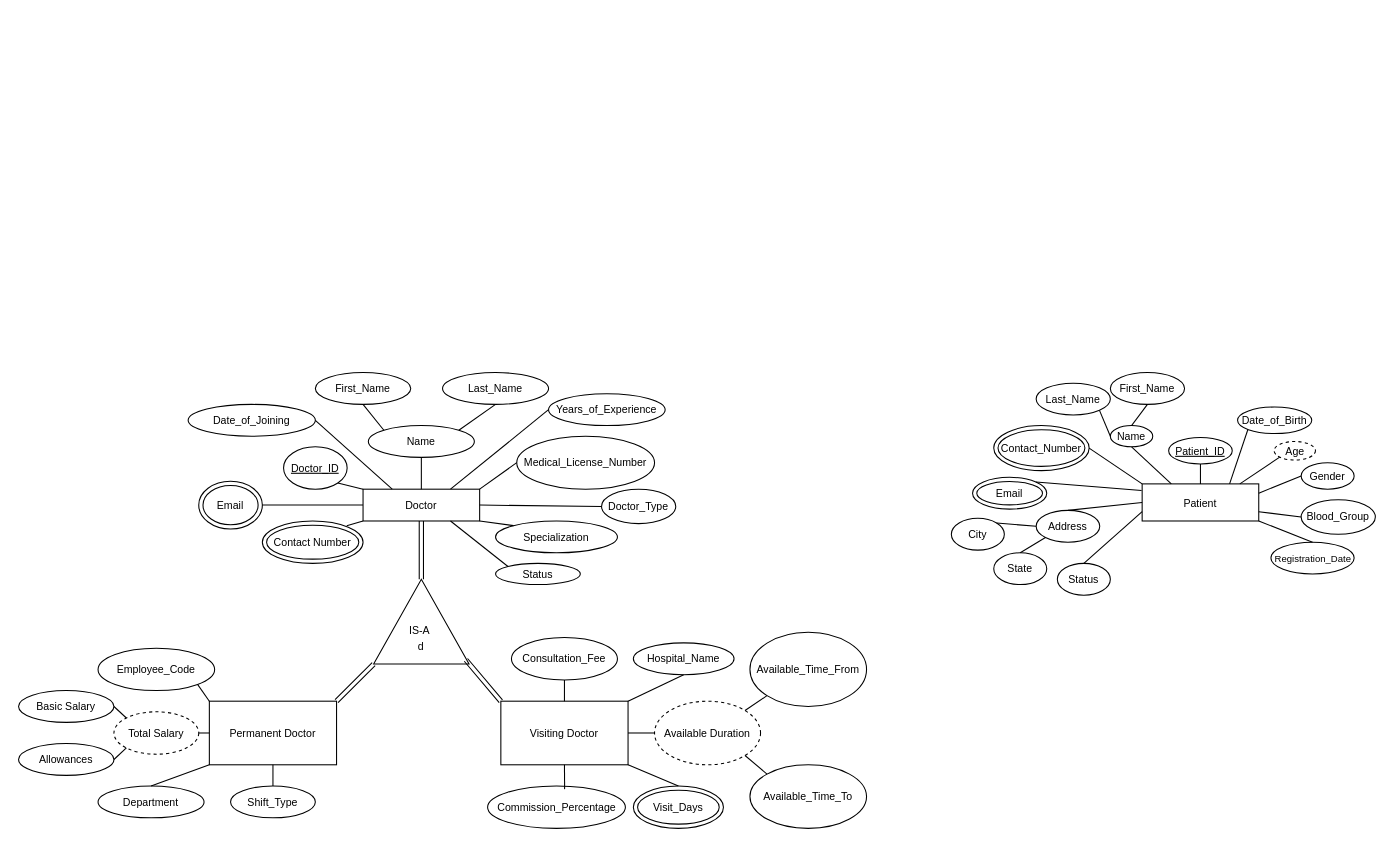
Above: erdiagram.drawio in ivory-26/frontend-notes-app (draw.io), before the change. Source tidied: cells renumbered, new cells numbered last; positions are measured from the earlier drawing's top-left corner, leaving out a move shared by most shapes. Both pictures are drawn from the tidied source at 106%, with x=0, y=0 at pixel (18, 372).
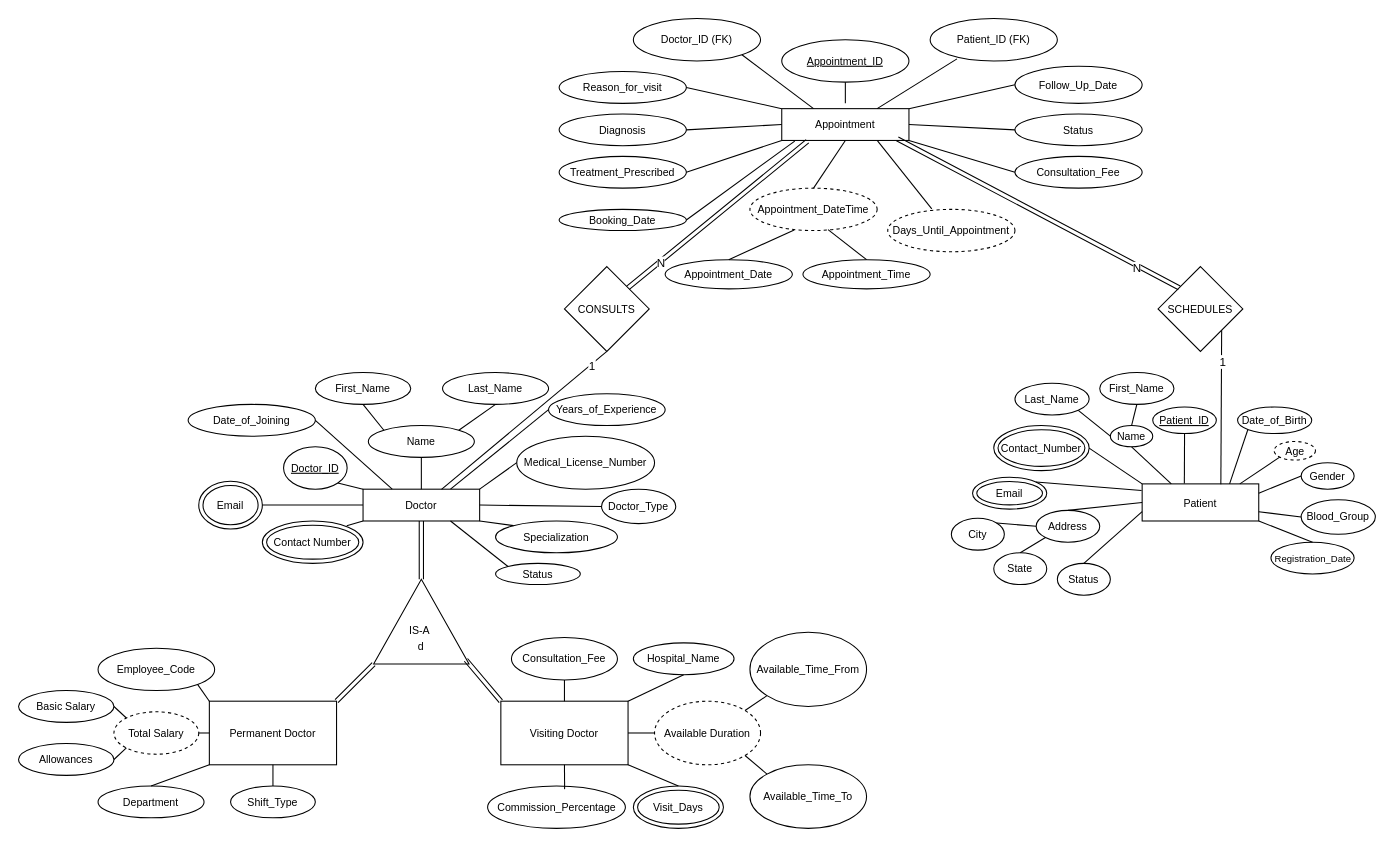
After the change.

The change refers to these unchanged cells:
```xml
<mxCell id="2" value="Doctor" style="rounded=0;whiteSpace=wrap;html=1;fontSize=10;" parent="1" vertex="1">
  <mxGeometry x="325" y="110" width="110" height="30" as="geometry" />
</mxCell>
<mxCell id="60" value="&lt;font style=&quot;font-size: 10px;&quot;&gt;Patient&lt;/font&gt;" style="rounded=0;whiteSpace=wrap;html=1;" parent="1" vertex="1">
  <mxGeometry x="1060" y="105" width="110" height="35" as="geometry" />
</mxCell>
```

The edit, as a diff of the source:
```diff
@@
     <mxCell id="61" value="&lt;font style=&quot;font-size: 10px;&quot;&gt;&lt;u&gt;Patient_ID&lt;/u&gt;&lt;/font&gt;" style="ellipse;whiteSpace=wrap;html=1;" parent="1" vertex="1">
-      <mxGeometry x="1085" y="61.2" width="60" height="25" as="geometry" />
+      <mxGeometry x="1070" y="32.5" width="60" height="25" as="geometry" />
     </mxCell>
@@
     <mxCell id="63" value="&lt;font style=&quot;font-size: 10px;&quot;&gt;First_Name&lt;/font&gt;" style="ellipse;whiteSpace=wrap;html=1;" parent="1" vertex="1">
-      <mxGeometry x="1030" width="70" height="30" as="geometry" />
+      <mxGeometry x="1020" width="70" height="30" as="geometry" />
     </mxCell>
     <mxCell id="64" value="&lt;font style=&quot;font-size: 10px;&quot;&gt;Last_Name&lt;/font&gt;" style="ellipse;whiteSpace=wrap;html=1;" parent="1" vertex="1">
-      <mxGeometry x="960" y="10" width="70" height="30" as="geometry" />
+      <mxGeometry x="940" y="10" width="70" height="30" as="geometry" />
     </mxCell>
@@
-    <mxCell id="77" style="endArrow=none;html=1;rounded=0;entryX=0.5;entryY=1;entryDx=0;entryDy=0;exitX=0.5;exitY=0;exitDx=0;exitDy=0;" parent="1" edge="1" source="60" target="61">
+    <mxCell id="77" style="endArrow=none;html=1;rounded=0;entryX=0.5;entryY=1;entryDx=0;entryDy=0;exitX=0.362;exitY=-0.012;exitDx=0;exitDy=0;exitPerimeter=0;" parent="1" edge="1" source="60" target="61">
       <mxGeometry relative="1" as="geometry" />
     </mxCell>
@@
+    <mxCell id="91" value="&lt;font style=&quot;font-size: 10px;&quot;&gt;Appointment&lt;/font&gt;" style="rounded=0;whiteSpace=wrap;html=1;" parent="1" vertex="1">
+      <mxGeometry x="720" y="-249" width="120" height="30" as="geometry" />
+    </mxCell>
+    <mxCell id="92" value="&lt;font style=&quot;font-size: 10px;&quot;&gt;&lt;u&gt;Appointment_ID&lt;/u&gt;&lt;/font&gt;" style="ellipse;whiteSpace=wrap;html=1;" parent="1" vertex="1">
+      <mxGeometry x="720" y="-314" width="120" height="40" as="geometry" />
+    </mxCell>
+    <mxCell id="93" value="&lt;span style=&quot;font-size: 10px;&quot;&gt;Patient_ID (FK)&lt;/span&gt;" style="ellipse;whiteSpace=wrap;html=1;" parent="1" vertex="1">
+      <mxGeometry x="860" y="-334" width="120" height="40" as="geometry" />
+    </mxCell>
+    <mxCell id="94" value="&lt;span style=&quot;font-size: 10px;&quot;&gt;Doctor_ID (FK)&lt;/span&gt;" style="ellipse;whiteSpace=wrap;html=1;" parent="1" vertex="1">
+      <mxGeometry x="580" y="-334" width="120" height="40" as="geometry" />
+    </mxCell>
+    <mxCell id="95" value="&lt;font style=&quot;font-size: 10px;&quot;&gt;Appointment_DateTime&lt;/font&gt;" style="ellipse;whiteSpace=wrap;html=1;dashed=1;" parent="1" vertex="1">
+      <mxGeometry x="690" y="-174" width="120" height="40" as="geometry" />
+    </mxCell>
+    <mxCell id="96" value="&lt;font style=&quot;font-size: 10px;&quot;&gt;Appointment_Time&lt;/font&gt;" style="ellipse;whiteSpace=wrap;html=1;" parent="1" vertex="1">
+      <mxGeometry x="740" y="-106.5" width="120" height="27.5" as="geometry" />
+    </mxCell>
+    <mxCell id="97" value="&lt;font style=&quot;font-size: 10px;&quot;&gt;Appointment_Date&lt;/font&gt;" style="ellipse;whiteSpace=wrap;html=1;" parent="1" vertex="1">
+      <mxGeometry x="610" y="-106.5" width="120" height="27.5" as="geometry" />
+    </mxCell>
+    <mxCell id="98" style="endArrow=none;html=1;rounded=0;entryX=0.5;entryY=1;entryDx=0;entryDy=0;" parent="1" edge="1" target="92">
+      <mxGeometry relative="1" as="geometry">
+        <mxPoint x="780" y="-254" as="sourcePoint" />
+      </mxGeometry>
+    </mxCell>
+    <mxCell id="99" style="endArrow=none;html=1;rounded=0;entryX=0.25;entryY=0;entryDx=0;entryDy=0;exitX=1;exitY=1;exitDx=0;exitDy=0;" parent="1" edge="1" source="94" target="91">
+      <mxGeometry relative="1" as="geometry" />
+    </mxCell>
+    <mxCell id="100" style="endArrow=none;html=1;rounded=0;entryX=0.211;entryY=0.95;entryDx=0;entryDy=0;entryPerimeter=0;exitX=0.75;exitY=0;exitDx=0;exitDy=0;" parent="1" edge="1" source="91" target="93">
+      <mxGeometry relative="1" as="geometry" />
+    </mxCell>
+    <mxCell id="101" style="endArrow=none;html=1;rounded=0;entryX=0.5;entryY=1;entryDx=0;entryDy=0;exitX=0.5;exitY=0;exitDx=0;exitDy=0;" parent="1" edge="1" source="95" target="91">
+      <mxGeometry relative="1" as="geometry" />
+    </mxCell>
+    <mxCell id="102" style="endArrow=none;html=1;rounded=0;exitX=0.5;exitY=0;exitDx=0;exitDy=0;entryX=0.348;entryY=0.985;entryDx=0;entryDy=0;entryPerimeter=0;" parent="1" edge="1" source="97" target="95">
+      <mxGeometry relative="1" as="geometry" />
+    </mxCell>
+    <mxCell id="103" style="endArrow=none;html=1;rounded=0;entryX=0.614;entryY=0.978;entryDx=0;entryDy=0;exitX=0.5;exitY=0;exitDx=0;exitDy=0;entryPerimeter=0;" parent="1" edge="1" source="96" target="95">
+      <mxGeometry relative="1" as="geometry" />
+    </mxCell>
+    <mxCell id="104" value="&lt;font style=&quot;font-size: 10px;&quot;&gt;Reason_for_visit&lt;/font&gt;" style="ellipse;whiteSpace=wrap;html=1;" parent="1" vertex="1">
+      <mxGeometry x="510" y="-284" width="120" height="30" as="geometry" />
+    </mxCell>
+    <mxCell id="105" value="&lt;font style=&quot;font-size: 10px;&quot;&gt;Diagnosis&lt;/font&gt;" style="ellipse;whiteSpace=wrap;html=1;" parent="1" vertex="1">
+      <mxGeometry x="510" y="-244" width="120" height="30" as="geometry" />
+    </mxCell>
+    <mxCell id="106" value="&lt;font style=&quot;font-size: 10px;&quot;&gt;Treatment_Prescribed&lt;/font&gt;" style="ellipse;whiteSpace=wrap;html=1;" parent="1" vertex="1">
+      <mxGeometry x="510" y="-204" width="120" height="30" as="geometry" />
+    </mxCell>
+    <mxCell id="107" value="&lt;font style=&quot;font-size: 10px;&quot;&gt;Follow_Up_Date&lt;/font&gt;" style="ellipse;whiteSpace=wrap;html=1;" parent="1" vertex="1">
+      <mxGeometry x="940" y="-289" width="120" height="35" as="geometry" />
+    </mxCell>
+    <mxCell id="108" value="&lt;font style=&quot;font-size: 10px;&quot;&gt;Status&lt;/font&gt;" style="ellipse;whiteSpace=wrap;html=1;" parent="1" vertex="1">
+      <mxGeometry x="940" y="-244" width="120" height="30" as="geometry" />
+    </mxCell>
+    <mxCell id="109" value="&lt;font style=&quot;font-size: 10px;&quot;&gt;Consultation_Fee&lt;/font&gt;" style="ellipse;whiteSpace=wrap;html=1;" parent="1" vertex="1">
+      <mxGeometry x="940" y="-204" width="120" height="30" as="geometry" />
+    </mxCell>
+    <mxCell id="110" style="endArrow=none;html=1;rounded=0;entryX=0;entryY=0;entryDx=0;entryDy=0;exitX=1;exitY=0.5;exitDx=0;exitDy=0;" parent="1" edge="1" source="104" target="91">
+      <mxGeometry relative="1" as="geometry" />
+    </mxCell>
+    <mxCell id="111" style="endArrow=none;html=1;rounded=0;entryX=0;entryY=0.5;entryDx=0;entryDy=0;exitX=1;exitY=0.5;exitDx=0;exitDy=0;" parent="1" edge="1" source="105" target="91">
+      <mxGeometry relative="1" as="geometry" />
+    </mxCell>
+    <mxCell id="112" style="edgeStyle=orthogonalEdgeStyle;rounded=0;orthogonalLoop=1;jettySize=auto;html=1;exitX=0.5;exitY=1;exitDx=0;exitDy=0;" parent="1" edge="1" source="105" target="105">
+      <mxGeometry relative="1" as="geometry" />
+    </mxCell>
+    <mxCell id="113" style="endArrow=none;html=1;rounded=0;entryX=0;entryY=1;entryDx=0;entryDy=0;exitX=1;exitY=0.5;exitDx=0;exitDy=0;" parent="1" edge="1" source="106" target="91">
+      <mxGeometry relative="1" as="geometry" />
+    </mxCell>
+    <mxCell id="114" style="endArrow=none;html=1;rounded=0;entryX=0;entryY=0.5;entryDx=0;entryDy=0;exitX=1;exitY=0;exitDx=0;exitDy=0;" parent="1" edge="1" source="91" target="107">
+      <mxGeometry relative="1" as="geometry" />
+    </mxCell>
+    <mxCell id="115" style="endArrow=none;html=1;rounded=0;entryX=0;entryY=0.5;entryDx=0;entryDy=0;exitX=1;exitY=0.5;exitDx=0;exitDy=0;" parent="1" edge="1" source="91" target="108">
+      <mxGeometry relative="1" as="geometry" />
+    </mxCell>
+    <mxCell id="116" style="endArrow=none;html=1;rounded=0;entryX=0;entryY=0.5;entryDx=0;entryDy=0;exitX=1;exitY=1;exitDx=0;exitDy=0;" parent="1" edge="1" source="91" target="109">
+      <mxGeometry relative="1" as="geometry" />
+    </mxCell>
+    <mxCell id="117" value="&lt;font style=&quot;font-size: 10px;&quot;&gt;Booking_Date&lt;/font&gt;" style="ellipse;whiteSpace=wrap;html=1;" parent="1" vertex="1">
+      <mxGeometry x="510" y="-154" width="120" height="20" as="geometry" />
+    </mxCell>
+    <mxCell id="118" value="&lt;font style=&quot;font-size: 10px;&quot;&gt;Days_Until_Appointment&lt;/font&gt;" style="ellipse;whiteSpace=wrap;html=1;dashed=1;" parent="1" vertex="1">
+      <mxGeometry x="820" y="-154" width="120" height="40" as="geometry" />
+    </mxCell>
+    <mxCell id="119" style="endArrow=none;html=1;rounded=0;entryX=0.102;entryY=1.021;entryDx=0;entryDy=0;exitX=1;exitY=0.5;exitDx=0;exitDy=0;entryPerimeter=0;" parent="1" edge="1" source="117" target="91">
+      <mxGeometry relative="1" as="geometry" />
+    </mxCell>
+    <mxCell id="120" style="endArrow=none;html=1;rounded=0;entryX=0.75;entryY=1;entryDx=0;entryDy=0;exitX=0.346;exitY=-0.011;exitDx=0;exitDy=0;exitPerimeter=0;" parent="1" edge="1" source="118" target="91">
+      <mxGeometry relative="1" as="geometry" />
+    </mxCell>
+    <mxCell id="121" value="&lt;font style=&quot;font-size: 10px;&quot;&gt;CONSULTS&lt;/font&gt;" style="rhombus;whiteSpace=wrap;html=1;" parent="1" vertex="1">
+      <mxGeometry x="515" y="-100" width="80" height="80" as="geometry" />
+    </mxCell>
+    <mxCell id="122" style="endArrow=none;html=1;rounded=0;entryX=0.5;entryY=1;entryDx=0;entryDy=0;exitX=0.673;exitY=0.006;exitDx=0;exitDy=0;exitPerimeter=0;" parent="1" edge="1" source="2" target="121">
+      <mxGeometry relative="1" as="geometry" />
+    </mxCell>
+    <mxCell id="123" value="1" style="edgeLabel;html=1;align=center;verticalAlign=middle;" parent="122" vertex="1">
+      <mxGeometry x="0.81" y="-1" relative="1" as="geometry" />
+    </mxCell>
+    <mxCell id="124" style="shape=link;html=1;rounded=0;entryX=0.202;entryY=1.023;entryDx=0;entryDy=0;entryPerimeter=0;exitX=1;exitY=0;exitDx=0;exitDy=0;" parent="1" edge="1" source="121" target="91">
+      <mxGeometry relative="1" as="geometry" />
+    </mxCell>
+    <mxCell id="125" value="N" style="edgeLabel;html=1;align=center;verticalAlign=middle;" parent="124" vertex="1">
+      <mxGeometry x="-0.65" y="-1" relative="1" as="geometry" />
+    </mxCell>
+    <mxCell id="126" value="&lt;font style=&quot;font-size: 10px;&quot;&gt;SCHEDULES&lt;/font&gt;" style="rhombus;whiteSpace=wrap;html=1;" parent="1" vertex="1">
+      <mxGeometry x="1075" y="-100" width="80" height="80" as="geometry" />
+    </mxCell>
+    <mxCell id="127" style="endArrow=none;html=1;rounded=0;entryX=1;entryY=1;entryDx=0;entryDy=0;exitX=0.675;exitY=0.01;exitDx=0;exitDy=0;exitPerimeter=0;" parent="1" edge="1" source="60" target="126">
+      <mxGeometry relative="1" as="geometry" />
+    </mxCell>
+    <mxCell id="128" value="1" style="edgeLabel;html=1;align=center;verticalAlign=middle;" parent="127" vertex="1">
+      <mxGeometry x="0.6" y="-1" relative="1" as="geometry" />
+    </mxCell>
+    <mxCell id="129" style="shape=link;html=1;rounded=0;entryX=0;entryY=0;entryDx=0;entryDy=0;exitX=0.909;exitY=0.951;exitDx=0;exitDy=0;exitPerimeter=0;" parent="1" edge="1" source="91" target="126">
+      <mxGeometry relative="1" as="geometry" />
+    </mxCell>
+    <mxCell id="130" value="N" style="edgeLabel;html=1;align=center;verticalAlign=middle;" parent="129" vertex="1">
+      <mxGeometry x="0.7" y="-3" relative="1" as="geometry" />
+    </mxCell>
```
